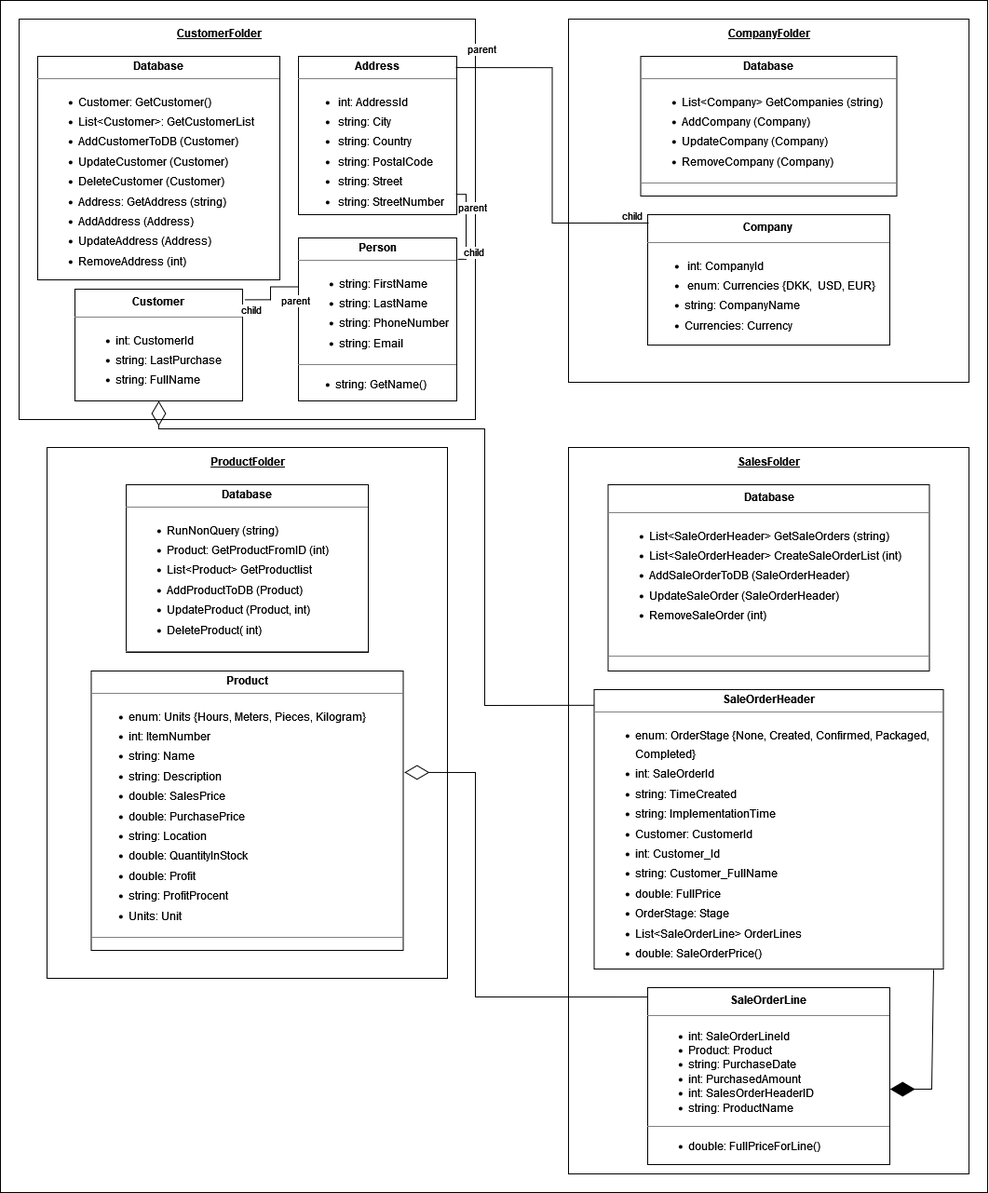
Above: Documents/H1_ERP-Class_Diagram.drawio.png in jakoofficial/H1-ERP-System (draw.io), before the change. Source tidied: cells renumbered, new cells last; positions are measured from the earlier drawing's top-left corner, leaving out a move shared by most shapes.
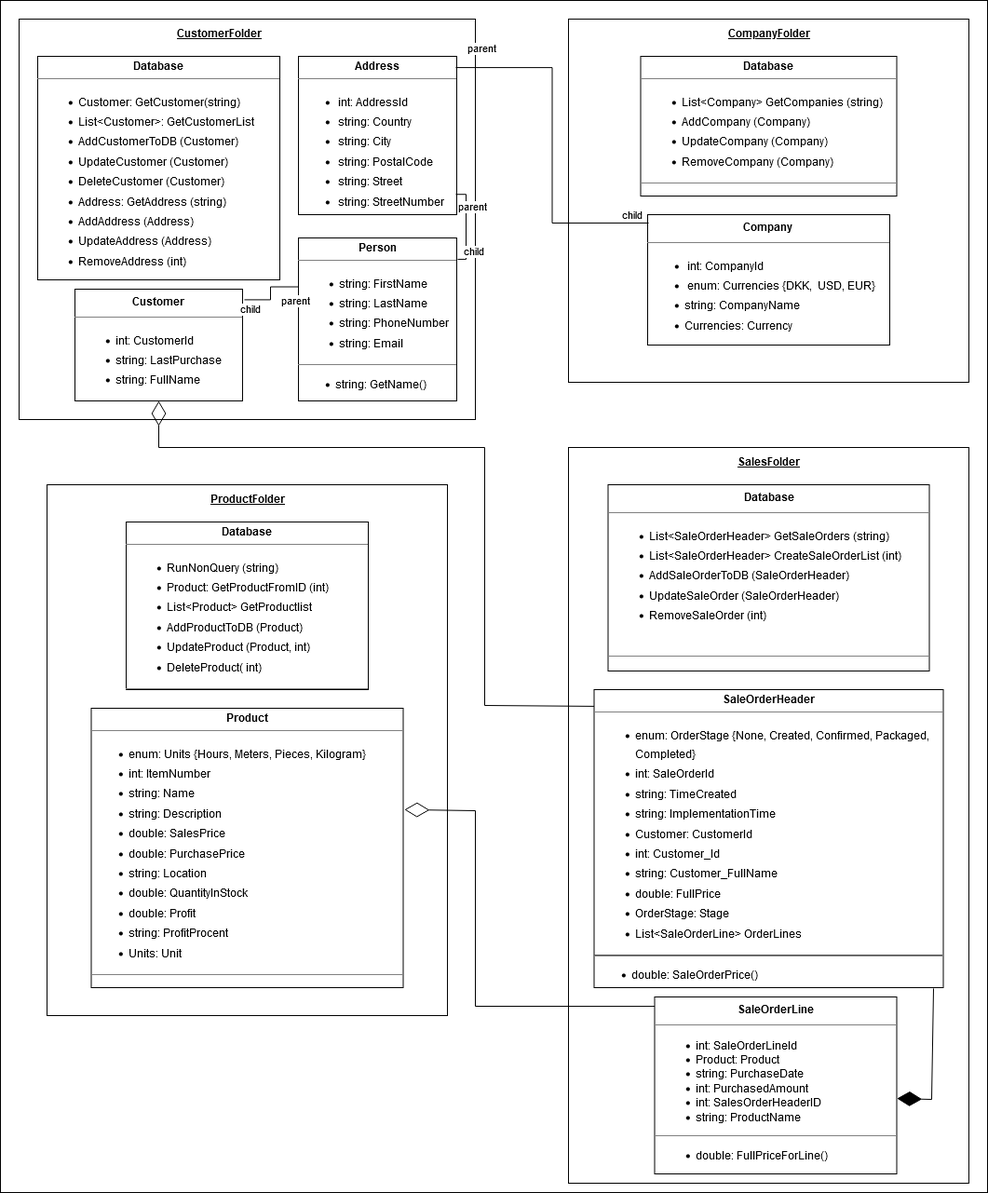
The same diagram one commit later.

Change to the diagram source:
```diff
@@ -8,7 +8,7 @@
     <mxCell id="3" style="rounded=0;whiteSpace=wrap;html=1;" parent="1" vertex="1">
       <mxGeometry x="20" y="20" width="490" height="430" as="geometry" />
     </mxCell>
-    <mxCell id="4" value="&lt;p style=&quot;margin:0px;margin-top:4px;text-align:center;&quot;&gt;&lt;b&gt;Address&lt;/b&gt;&lt;/p&gt;&lt;hr size=&quot;1&quot;&gt;&lt;ul&gt;&lt;li style=&quot;line-height: 170%;&quot;&gt;&amp;nbsp;int: AddressId &lt;/li&gt;&lt;li style=&quot;line-height: 170%;&quot;&gt;&amp;nbsp;string: City&lt;/li&gt;&lt;li style=&quot;line-height: 170%;&quot;&gt;&amp;nbsp;string: Country&lt;/li&gt;&lt;li style=&quot;line-height: 170%;&quot;&gt;&amp;nbsp;string: PostalCode&lt;/li&gt;&lt;li style=&quot;line-height: 170%;&quot;&gt;&amp;nbsp;string: Street&lt;/li&gt;&lt;li style=&quot;line-height: 170%;&quot;&gt;&amp;nbsp;string: StreetNumber&lt;/li&gt;&lt;/ul&gt;&lt;hr size=&quot;1&quot;&gt;&lt;p style=&quot;margin:0px;margin-left:4px;&quot;&gt;&lt;br&gt;&lt;/p&gt;" style="verticalAlign=top;align=left;overflow=fill;fontSize=12;fontFamily=Helvetica;html=1;whiteSpace=wrap;" parent="1" vertex="1">
+    <mxCell id="4" value="&lt;p style=&quot;margin:0px;margin-top:4px;text-align:center;&quot;&gt;&lt;b&gt;Address&lt;/b&gt;&lt;/p&gt;&lt;hr size=&quot;1&quot;&gt;&lt;ul&gt;&lt;li style=&quot;line-height: 170%;&quot;&gt;&amp;nbsp;int: AddressId &lt;/li&gt;&lt;li style=&quot;line-height: 170%;&quot;&gt;&amp;nbsp;string: Country&lt;/li&gt;&lt;li style=&quot;line-height: 170%;&quot;&gt;&amp;nbsp;string: City&lt;br&gt;&lt;/li&gt;&lt;li style=&quot;line-height: 170%;&quot;&gt;&amp;nbsp;string: PostalCode&lt;/li&gt;&lt;li style=&quot;line-height: 170%;&quot;&gt;&amp;nbsp;string: Street&lt;/li&gt;&lt;li style=&quot;line-height: 170%;&quot;&gt;&amp;nbsp;string: StreetNumber&lt;/li&gt;&lt;/ul&gt;&lt;hr size=&quot;1&quot;&gt;&lt;p style=&quot;margin:0px;margin-left:4px;&quot;&gt;&lt;br&gt;&lt;/p&gt;" style="verticalAlign=top;align=left;overflow=fill;fontSize=12;fontFamily=Helvetica;html=1;whiteSpace=wrap;" parent="1" vertex="1">
       <mxGeometry x="320" y="60" width="170" height="170" as="geometry" />
     </mxCell>
     <mxCell id="5" value="CustomerFolder" style="text;html=1;align=center;verticalAlign=middle;strokeColor=none;fillColor=none;fontStyle=5;" parent="1" vertex="1">
@@ -20,7 +20,7 @@
     <mxCell id="7" value="&lt;p style=&quot;margin:0px;margin-top:4px;text-align:center;&quot;&gt;&lt;b&gt;Person&lt;/b&gt;&lt;/p&gt;&lt;hr size=&quot;1&quot;&gt;&lt;ul style=&quot;line-height: 170%;&quot;&gt;&lt;li style=&quot;margin:0px;margin-left:4px;&quot;&gt;string: FirstName&lt;/li&gt;&lt;li style=&quot;margin:0px;margin-left:4px;&quot;&gt;string: LastName&lt;/li&gt;&lt;li style=&quot;margin:0px;margin-left:4px;&quot;&gt;string: PhoneNumber&lt;/li&gt;&lt;li style=&quot;margin:0px;margin-left:4px;&quot;&gt;string: Email&lt;/li&gt;&lt;/ul&gt;&lt;hr style=&quot;line-height: 170%;&quot; size=&quot;1&quot;&gt;&lt;ul&gt;&lt;li&gt;string: GetName()&lt;/li&gt;&lt;/ul&gt;" style="verticalAlign=top;align=left;overflow=fill;fontSize=12;fontFamily=Helvetica;html=1;whiteSpace=wrap;" parent="1" vertex="1">
       <mxGeometry x="320" y="255" width="170" height="175" as="geometry" />
     </mxCell>
-    <mxCell id="8" value="&lt;p style=&quot;margin:0px;margin-top:4px;text-align:center;&quot;&gt;&lt;b&gt;Database&lt;/b&gt;&lt;/p&gt;&lt;hr size=&quot;1&quot;&gt;&lt;ul style=&quot;line-height: 170%;&quot;&gt;&lt;li style=&quot;margin:0px;margin-left:4px;&quot;&gt;Customer: GetCustomer()&lt;/li&gt;&lt;li style=&quot;margin:0px;margin-left:4px;&quot;&gt;List&amp;lt;Customer&amp;gt;: GetCustomerList&lt;/li&gt;&lt;li style=&quot;margin:0px;margin-left:4px;&quot;&gt;AddCustomerToDB (Customer)&lt;/li&gt;&lt;li style=&quot;margin:0px;margin-left:4px;&quot;&gt;UpdateCustomer (Customer)&lt;/li&gt;&lt;li style=&quot;margin:0px;margin-left:4px;&quot;&gt;DeleteCustomer (Customer)&lt;/li&gt;&lt;li style=&quot;margin:0px;margin-left:4px;&quot;&gt;Address: GetAddress (string)&lt;/li&gt;&lt;li style=&quot;margin:0px;margin-left:4px;&quot;&gt;AddAddress (Address)&lt;/li&gt;&lt;li style=&quot;margin:0px;margin-left:4px;&quot;&gt;UpdateAddress (Address)&lt;/li&gt;&lt;li style=&quot;margin:0px;margin-left:4px;&quot;&gt;RemoveAddress (int)&lt;/li&gt;&lt;/ul&gt;&lt;hr size=&quot;1&quot;&gt;&lt;p style=&quot;margin:0px;margin-left:4px;&quot;&gt;&lt;br&gt;&lt;/p&gt;" style="verticalAlign=top;align=left;overflow=fill;fontSize=12;fontFamily=Helvetica;html=1;whiteSpace=wrap;" parent="1" vertex="1">
+    <mxCell id="8" value="&lt;p style=&quot;margin:0px;margin-top:4px;text-align:center;&quot;&gt;&lt;b&gt;Database&lt;/b&gt;&lt;/p&gt;&lt;hr size=&quot;1&quot;&gt;&lt;ul style=&quot;line-height: 170%;&quot;&gt;&lt;li style=&quot;margin:0px;margin-left:4px;&quot;&gt;Customer: GetCustomer(string)&lt;/li&gt;&lt;li style=&quot;margin:0px;margin-left:4px;&quot;&gt;List&amp;lt;Customer&amp;gt;: GetCustomerList&lt;/li&gt;&lt;li style=&quot;margin:0px;margin-left:4px;&quot;&gt;AddCustomerToDB (Customer)&lt;/li&gt;&lt;li style=&quot;margin:0px;margin-left:4px;&quot;&gt;UpdateCustomer (Customer)&lt;/li&gt;&lt;li style=&quot;margin:0px;margin-left:4px;&quot;&gt;DeleteCustomer (Customer)&lt;/li&gt;&lt;li style=&quot;margin:0px;margin-left:4px;&quot;&gt;Address: GetAddress (string)&lt;/li&gt;&lt;li style=&quot;margin:0px;margin-left:4px;&quot;&gt;AddAddress (Address)&lt;/li&gt;&lt;li style=&quot;margin:0px;margin-left:4px;&quot;&gt;UpdateAddress (Address)&lt;/li&gt;&lt;li style=&quot;margin:0px;margin-left:4px;&quot;&gt;RemoveAddress (int)&lt;/li&gt;&lt;/ul&gt;&lt;hr size=&quot;1&quot;&gt;&lt;p style=&quot;margin:0px;margin-left:4px;&quot;&gt;&lt;br&gt;&lt;/p&gt;" style="verticalAlign=top;align=left;overflow=fill;fontSize=12;fontFamily=Helvetica;html=1;whiteSpace=wrap;" parent="1" vertex="1">
       <mxGeometry x="40" y="60" width="260" height="240" as="geometry" />
     </mxCell>
     <mxCell id="9" style="rounded=0;whiteSpace=wrap;html=1;" parent="1" vertex="1">
@@ -36,19 +36,19 @@
       <mxGeometry x="687.5" y="60" width="275" height="150" as="geometry" />
     </mxCell>
     <mxCell id="13" style="rounded=0;whiteSpace=wrap;html=1;" parent="1" vertex="1">
-      <mxGeometry x="50" y="480" width="430" height="570" as="geometry" />
+      <mxGeometry x="50" y="520" width="430" height="570" as="geometry" />
     </mxCell>
     <mxCell id="14" value="ProductFolder" style="text;html=1;align=center;verticalAlign=middle;strokeColor=none;fillColor=none;fontStyle=5;" parent="1" vertex="1">
-      <mxGeometry x="215" y="480" width="100" height="30" as="geometry" />
+      <mxGeometry x="215" y="520" width="100" height="30" as="geometry" />
     </mxCell>
     <mxCell id="15" value="&lt;p style=&quot;margin:0px;margin-top:4px;text-align:center;&quot;&gt;&lt;b&gt;Database&lt;/b&gt;&lt;br&gt;&lt;/p&gt;&lt;hr size=&quot;1&quot;&gt;&lt;ul&gt;&lt;li style=&quot;margin: 0px 0px 0px 4px; line-height: 170%;&quot;&gt;RunNonQuery (string)&lt;/li&gt;&lt;li style=&quot;margin: 0px 0px 0px 4px; line-height: 170%;&quot;&gt;Product: GetProductFromID (int)&lt;/li&gt;&lt;li style=&quot;margin: 0px 0px 0px 4px; line-height: 170%;&quot;&gt;List&amp;lt;Product&amp;gt; GetProductlist&lt;/li&gt;&lt;li style=&quot;margin: 0px 0px 0px 4px; line-height: 170%;&quot;&gt;AddProductToDB (Product)&lt;/li&gt;&lt;li style=&quot;margin: 0px 0px 0px 4px; line-height: 170%;&quot;&gt;UpdateProduct (Product, int)&lt;/li&gt;&lt;li style=&quot;margin: 0px 0px 0px 4px; line-height: 170%;&quot;&gt;DeleteProduct( int)&lt;/li&gt;&lt;/ul&gt;&lt;hr size=&quot;1&quot;&gt;" style="verticalAlign=top;align=left;overflow=fill;fontSize=12;fontFamily=Helvetica;html=1;whiteSpace=wrap;" parent="1" vertex="1">
-      <mxGeometry x="135" y="520" width="260" height="180" as="geometry" />
+      <mxGeometry x="135" y="560" width="260" height="180" as="geometry" />
     </mxCell>
     <mxCell id="16" value="&lt;p style=&quot;margin:0px;margin-top:4px;text-align:center;&quot;&gt;&lt;b&gt;Product&lt;/b&gt;&lt;br&gt;&lt;/p&gt;&lt;hr size=&quot;1&quot;&gt;&lt;ul&gt;&lt;li style=&quot;line-height: 170%;&quot;&gt;enum: Units {Hours, Meters, Pieces, Kilogram}&lt;/li&gt;&lt;li style=&quot;line-height: 170%;&quot;&gt;int: ItemNumber&lt;/li&gt;&lt;li style=&quot;line-height: 170%;&quot;&gt;string: Name&lt;/li&gt;&lt;li style=&quot;line-height: 170%;&quot;&gt;string: Description&lt;/li&gt;&lt;li style=&quot;line-height: 170%;&quot;&gt;double: SalesPrice&lt;/li&gt;&lt;li style=&quot;line-height: 170%;&quot;&gt;double: PurchasePrice&lt;/li&gt;&lt;li style=&quot;line-height: 170%;&quot;&gt;string: Location&lt;/li&gt;&lt;li style=&quot;line-height: 170%;&quot;&gt;double: QuantityInStock&lt;/li&gt;&lt;li style=&quot;line-height: 170%;&quot;&gt;double: Profit&lt;/li&gt;&lt;li style=&quot;line-height: 170%;&quot;&gt;string: ProfitProcent&lt;/li&gt;&lt;li style=&quot;line-height: 170%;&quot;&gt;Units: Unit&lt;/li&gt;&lt;/ul&gt;&lt;hr size=&quot;1&quot;&gt;&lt;p style=&quot;margin:0px;margin-left:4px;&quot;&gt;&lt;br&gt;&lt;/p&gt;" style="verticalAlign=top;align=left;overflow=fill;fontSize=12;fontFamily=Helvetica;html=1;whiteSpace=wrap;" parent="1" vertex="1">
-      <mxGeometry x="97.5" y="720" width="335" height="300" as="geometry" />
+      <mxGeometry x="97.5" y="760" width="335" height="300" as="geometry" />
     </mxCell>
     <mxCell id="17" style="rounded=0;whiteSpace=wrap;html=1;" parent="1" vertex="1">
-      <mxGeometry x="610" y="480" width="430" height="780" as="geometry" />
+      <mxGeometry x="610" y="480" width="430" height="790" as="geometry" />
     </mxCell>
     <mxCell id="18" value="SalesFolder" style="text;html=1;align=center;verticalAlign=middle;strokeColor=none;fillColor=none;fontStyle=5;" parent="1" vertex="1">
       <mxGeometry x="780" y="480" width="90" height="30" as="geometry" />
@@ -56,11 +56,11 @@
     <mxCell id="19" value="&lt;p style=&quot;margin: 4px 0px 0px; text-align: center; line-height: 170%;&quot;&gt;&lt;b&gt;Database&lt;/b&gt;&lt;/p&gt;&lt;hr size=&quot;1&quot;&gt;&lt;ul&gt;&lt;li style=&quot;margin: 0px 0px 0px 4px; line-height: 170%;&quot;&gt;List&amp;lt;SaleOrderHeader&amp;gt; GetSaleOrders (string)&lt;/li&gt;&lt;li style=&quot;margin: 0px 0px 0px 4px; line-height: 170%;&quot;&gt;List&amp;lt;SaleOrderHeader&amp;gt; CreateSaleOrderList (int)&lt;/li&gt;&lt;li style=&quot;margin: 0px 0px 0px 4px; line-height: 170%;&quot;&gt;AddSaleOrderToDB (SaleOrderHeader)&lt;/li&gt;&lt;li style=&quot;margin: 0px 0px 0px 4px; line-height: 170%;&quot;&gt;UpdateSaleOrder (SaleOrderHeader)&lt;/li&gt;&lt;li style=&quot;margin: 0px 0px 0px 4px; line-height: 170%;&quot;&gt;RemoveSaleOrder (int)&lt;/li&gt;&lt;/ul&gt;&lt;p style=&quot;margin:0px;margin-left:4px;&quot;&gt;&lt;br&gt;&lt;/p&gt;&lt;hr size=&quot;1&quot;&gt;" style="verticalAlign=top;align=left;overflow=fill;fontSize=12;fontFamily=Helvetica;html=1;whiteSpace=wrap;" parent="1" vertex="1">
       <mxGeometry x="652.5" y="520" width="345" height="200" as="geometry" />
     </mxCell>
-    <mxCell id="20" value="&lt;p style=&quot;margin:0px;margin-top:4px;text-align:center;&quot;&gt;&lt;b&gt;SaleOrderHeader&lt;/b&gt;&lt;br&gt;&lt;/p&gt;&lt;hr style=&quot;line-height: 170%;&quot; size=&quot;1&quot;&gt;&lt;ul&gt;&lt;li style=&quot;margin: 0px 0px 0px 4px; line-height: 170%;&quot;&gt;enum: OrderStage {None, Created, Confirmed, Packaged, Completed}&lt;/li&gt;&lt;li style=&quot;margin: 0px 0px 0px 4px; line-height: 170%;&quot;&gt;int: SaleOrderId&lt;/li&gt;&lt;li style=&quot;margin: 0px 0px 0px 4px; line-height: 170%;&quot;&gt;string: TimeCreated&lt;/li&gt;&lt;li style=&quot;margin: 0px 0px 0px 4px; line-height: 170%;&quot;&gt;string: ImplementationTime&lt;/li&gt;&lt;li style=&quot;margin: 0px 0px 0px 4px; line-height: 170%;&quot;&gt;Customer: CustomerId&lt;/li&gt;&lt;li style=&quot;margin: 0px 0px 0px 4px; line-height: 170%;&quot;&gt;int: Customer_Id&lt;/li&gt;&lt;li style=&quot;margin: 0px 0px 0px 4px; line-height: 170%;&quot;&gt;string: Customer_FullName&lt;/li&gt;&lt;li style=&quot;margin: 0px 0px 0px 4px; line-height: 170%;&quot;&gt;double: FullPrice&lt;/li&gt;&lt;li style=&quot;margin: 0px 0px 0px 4px; line-height: 170%;&quot;&gt;OrderStage: Stage&lt;/li&gt;&lt;li style=&quot;margin: 0px 0px 0px 4px; line-height: 170%;&quot;&gt;List&amp;lt;SaleOrderLine&amp;gt; OrderLines&lt;/li&gt;&lt;li style=&quot;margin: 0px 0px 0px 4px; line-height: 170%;&quot;&gt;double: SaleOrderPrice()&lt;/li&gt;&lt;/ul&gt;" style="verticalAlign=top;align=left;overflow=fill;fontSize=12;fontFamily=Helvetica;html=1;whiteSpace=wrap;" parent="1" vertex="1">
-      <mxGeometry x="637.5" y="740" width="375" height="300" as="geometry" />
+    <mxCell id="20" value="&lt;p style=&quot;margin:0px;margin-top:4px;text-align:center;&quot;&gt;&lt;b&gt;SaleOrderHeader&lt;/b&gt;&lt;br&gt;&lt;/p&gt;&lt;hr style=&quot;line-height: 170%;&quot; size=&quot;1&quot;&gt;&lt;ul&gt;&lt;li style=&quot;margin: 0px 0px 0px 4px; line-height: 170%;&quot;&gt;enum: OrderStage {None, Created, Confirmed, Packaged, Completed}&lt;/li&gt;&lt;li style=&quot;margin: 0px 0px 0px 4px; line-height: 170%;&quot;&gt;int: SaleOrderId&lt;/li&gt;&lt;li style=&quot;margin: 0px 0px 0px 4px; line-height: 170%;&quot;&gt;string: TimeCreated&lt;/li&gt;&lt;li style=&quot;margin: 0px 0px 0px 4px; line-height: 170%;&quot;&gt;string: ImplementationTime&lt;/li&gt;&lt;li style=&quot;margin: 0px 0px 0px 4px; line-height: 170%;&quot;&gt;Customer: CustomerId&lt;/li&gt;&lt;li style=&quot;margin: 0px 0px 0px 4px; line-height: 170%;&quot;&gt;int: Customer_Id&lt;/li&gt;&lt;li style=&quot;margin: 0px 0px 0px 4px; line-height: 170%;&quot;&gt;string: Customer_FullName&lt;/li&gt;&lt;li style=&quot;margin: 0px 0px 0px 4px; line-height: 170%;&quot;&gt;double: FullPrice&lt;/li&gt;&lt;li style=&quot;margin: 0px 0px 0px 4px; line-height: 170%;&quot;&gt;OrderStage: Stage&lt;/li&gt;&lt;li style=&quot;margin: 0px 0px 0px 4px; line-height: 170%;&quot;&gt;List&amp;lt;SaleOrderLine&amp;gt; OrderLines&lt;/li&gt;&lt;/ul&gt;&lt;div&gt;&lt;hr&gt;&lt;ul&gt;&lt;li&gt;double: SaleOrderPrice()&lt;/li&gt;&lt;/ul&gt;&lt;/div&gt;" style="verticalAlign=top;align=left;overflow=fill;fontSize=12;fontFamily=Helvetica;html=1;whiteSpace=wrap;" parent="1" vertex="1">
+      <mxGeometry x="637.5" y="740" width="375" height="320" as="geometry" />
     </mxCell>
     <mxCell id="21" value="&lt;p style=&quot;margin: 4px 0px 0px; text-align: center; line-height: 170%;&quot;&gt;&lt;b&gt;SaleOrderLine&lt;/b&gt;&lt;br&gt;&lt;/p&gt;&lt;hr size=&quot;1&quot;&gt;&lt;ul&gt;&lt;li style=&quot;margin:0px;margin-left:4px;&quot;&gt;int: SaleOrderLineId&lt;/li&gt;&lt;li style=&quot;margin:0px;margin-left:4px;&quot;&gt;Product: Product&lt;/li&gt;&lt;li style=&quot;margin:0px;margin-left:4px;&quot;&gt;string: PurchaseDate&lt;/li&gt;&lt;li style=&quot;margin:0px;margin-left:4px;&quot;&gt;int: PurchasedAmount&lt;/li&gt;&lt;li style=&quot;margin:0px;margin-left:4px;&quot;&gt;int: SalesOrderHeaderID&lt;/li&gt;&lt;li style=&quot;margin:0px;margin-left:4px;&quot;&gt;string: ProductName&lt;br&gt;&lt;/li&gt;&lt;/ul&gt;&lt;hr size=&quot;1&quot;&gt;&lt;ul&gt;&lt;li style=&quot;margin:0px;margin-left:4px;&quot;&gt;double: FullPriceForLine()&lt;/li&gt;&lt;/ul&gt;" style="verticalAlign=top;align=left;overflow=fill;fontSize=12;fontFamily=Helvetica;html=1;whiteSpace=wrap;" parent="1" vertex="1">
-      <mxGeometry x="695" y="1060" width="260" height="190" as="geometry" />
+      <mxGeometry x="702.5" y="1070" width="260" height="190" as="geometry" />
     </mxCell>
     <mxCell id="22" style="endArrow=none;html=1;edgeStyle=orthogonalEdgeStyle;rounded=0;exitX=0.994;exitY=0.071;exitDx=0;exitDy=0;exitPerimeter=0;entryX=0.004;entryY=0.064;entryDx=0;entryDy=0;entryPerimeter=0;" parent="1" edge="1" source="4" target="11">
       <mxGeometry relative="1" as="geometry" />
@@ -109,15 +109,15 @@
     <mxCell id="31" style="endArrow=diamondThin;endFill=0;endSize=24;html=1;rounded=0;exitX=0;exitY=0.053;exitDx=0;exitDy=0;exitPerimeter=0;entryX=1.004;entryY=0.363;entryDx=0;entryDy=0;entryPerimeter=0;" parent="1" edge="1" source="21" target="16">
       <mxGeometry relative="1" as="geometry">
         <Array as="points">
-          <mxPoint x="510" y="1070" />
-          <mxPoint x="510" y="829" />
+          <mxPoint x="510" y="1080" />
+          <mxPoint x="510" y="870" />
         </Array>
       </mxGeometry>
     </mxCell>
     <mxCell id="32" style="endArrow=diamondThin;endFill=1;endSize=24;html=1;rounded=0;exitX=0.972;exitY=1.003;exitDx=0;exitDy=0;exitPerimeter=0;entryX=1.001;entryY=0.574;entryDx=0;entryDy=0;entryPerimeter=0;" parent="1" edge="1" source="20" target="21">
       <mxGeometry relative="1" as="geometry">
         <Array as="points">
-          <mxPoint x="1000" y="1169" />
+          <mxPoint x="1000" y="1180" />
         </Array>
       </mxGeometry>
     </mxCell>
@@ -125,8 +125,8 @@
       <mxGeometry relative="1" as="geometry">
         <Array as="points">
           <mxPoint x="520" y="757" />
-          <mxPoint x="520" y="460" />
-          <mxPoint x="170" y="460" />
+          <mxPoint x="520" y="480" />
+          <mxPoint x="170" y="480" />
         </Array>
       </mxGeometry>
     </mxCell>
```
